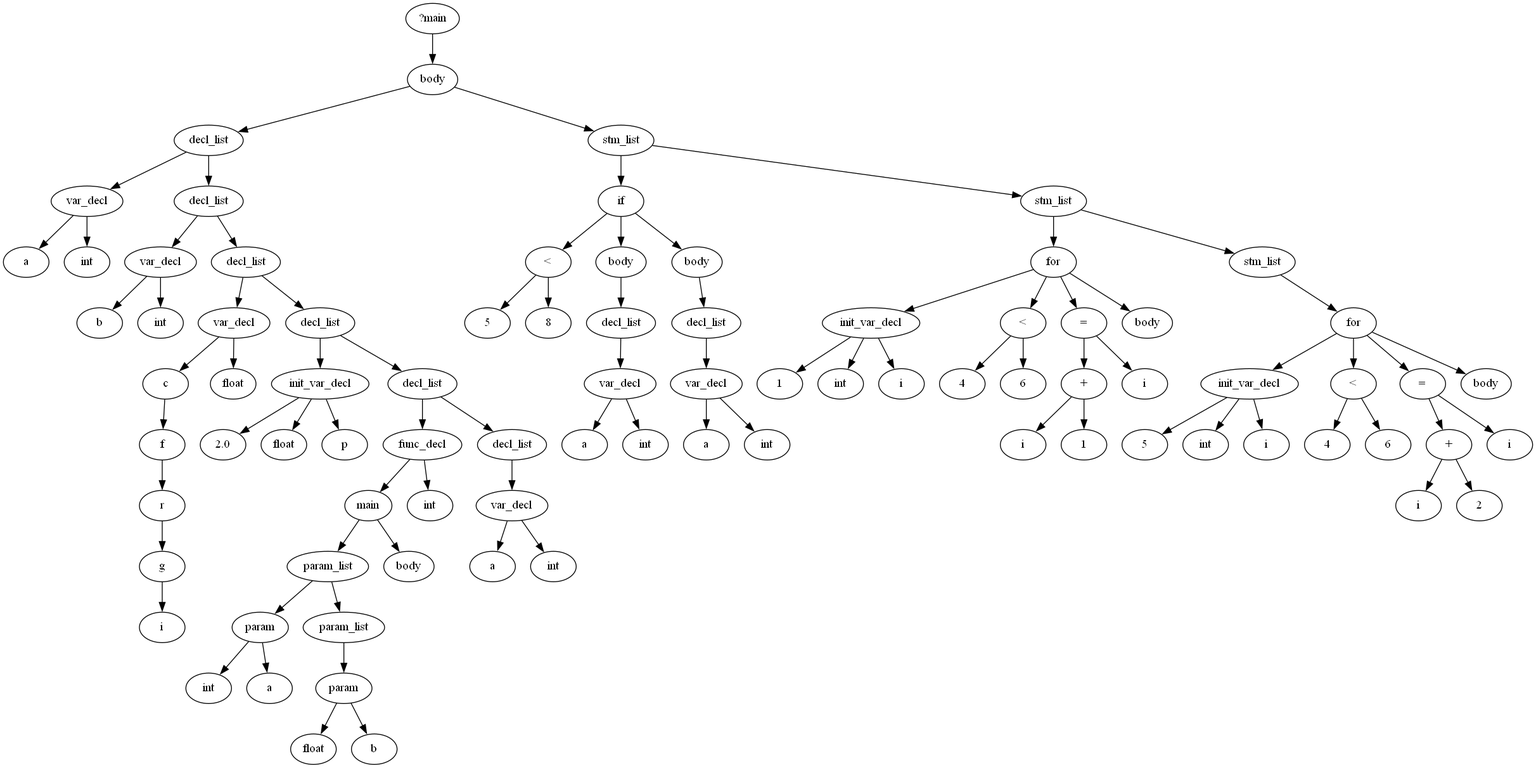
KianBankeLarsen/Compiler keeps this Graphviz diagram as printers/images/Digraph.gv.png. Above is the earlier version. Its source is kept beside it as printers/images/Digraph.gv.
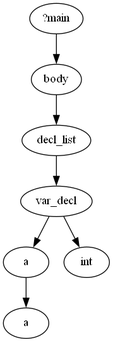
After the commit.

What changed in the source:
```diff
@@ -3,169 +3,13 @@
 	1 [label=body]
 	2 [label=var_decl]
 	3 [label=a]
-	4 [label=int]
+	4 [label=a]
+	3 -> 4
+	5 [label=int]
 	2 -> 3
-	2 -> 4
-	5 [label=decl_list]
-	6 [label=var_decl]
-	7 [label=b]
-	8 [label=int]
-	6 -> 7
-	6 -> 8
-	9 [label=decl_list]
-	10 [label=var_decl]
-	11 [label=c]
-	12 [label=f]
-	13 [label=r]
-	14 [label=g]
-	15 [label=i]
-	14 -> 15
-	13 -> 14
-	12 -> 13
-	11 -> 12
-	16 [label=float]
-	10 -> 11
-	10 -> 16
-	17 [label=decl_list]
-	18 [label=init_var_decl]
-	19 [label=2.0]
-	20 [label=float]
-	21 [label=p]
-	18 -> 20
-	18 -> 21
-	18 -> 19
-	22 [label=decl_list]
-	23 [label=func_decl]
-	24 [label=main]
-	25 [label=param]
-	26 [label=int]
-	27 [label=a]
-	25 -> 26
-	25 -> 27
-	28 [label=param_list]
-	28 -> 25
-	29 [label=param]
-	30 [label=float]
-	31 [label=b]
-	29 -> 30
-	29 -> 31
-	32 [label=param_list]
-	32 -> 29
-	28 -> 32
-	24 -> 28
-	33 [label=body]
-	24 -> 33
-	34 [label=int]
-	23 -> 24
-	23 -> 34
-	35 [label=decl_list]
-	36 [label=var_decl]
-	37 [label=a]
-	38 [label=int]
-	36 -> 37
-	36 -> 38
-	39 [label=decl_list]
-	39 -> 36
-	35 -> 39
-	35 -> 23
-	22 -> 35
-	22 -> 18
-	17 -> 22
-	17 -> 10
-	9 -> 17
-	9 -> 6
-	5 -> 9
-	5 -> 2
-	1 -> 5
-	40 [label=stm_list]
-	41 [label=5]
-	42 [label=8]
-	43 [label="<"]
-	43 -> 41
-	43 -> 42
-	44 [label=body]
-	45 [label=var_decl]
-	46 [label=a]
-	47 [label=int]
-	45 -> 46
-	45 -> 47
-	48 [label=decl_list]
-	48 -> 45
-	44 -> 48
-	49 [label=if]
-	50 [label=body]
-	51 [label=var_decl]
-	52 [label=a]
-	53 [label=int]
-	51 -> 52
-	51 -> 53
-	54 [label=decl_list]
-	54 -> 51
-	50 -> 54
-	49 -> 50
-	49 -> 43
-	49 -> 44
-	40 -> 49
-	55 [label=stm_list]
-	56 [label=init_var_decl]
-	57 [label=1]
-	58 [label=int]
-	59 [label=i]
-	56 -> 58
-	56 -> 59
-	56 -> 57
-	60 [label=4]
-	61 [label=6]
-	62 [label="<"]
-	62 -> 60
-	62 -> 61
-	63 [label=i]
-	64 [label=1]
-	65 [label="+"]
-	65 -> 63
-	65 -> 64
-	66 [label="="]
-	67 [label=i]
-	66 -> 67
-	66 -> 65
-	68 [label=body]
-	69 [label=for]
-	69 -> 56
-	69 -> 62
-	69 -> 66
-	69 -> 68
-	55 -> 69
-	70 [label=stm_list]
-	71 [label=init_var_decl]
-	72 [label=5]
-	73 [label=int]
-	74 [label=i]
-	71 -> 73
-	71 -> 74
-	71 -> 72
-	75 [label=4]
-	76 [label=6]
-	77 [label="<"]
-	77 -> 75
-	77 -> 76
-	78 [label=i]
-	79 [label=2]
-	80 [label="+"]
-	80 -> 78
-	80 -> 79
-	81 [label="="]
-	82 [label=i]
-	81 -> 82
-	81 -> 80
-	83 [label=body]
-	84 [label=for]
-	84 -> 71
-	84 -> 77
-	84 -> 81
-	84 -> 83
-	70 -> 84
-	55 -> 70
-	40 -> 55
-	1 -> 40
+	2 -> 5
+	6 [label=decl_list]
+	6 -> 2
+	1 -> 6
 	0 -> 1
 }
```
